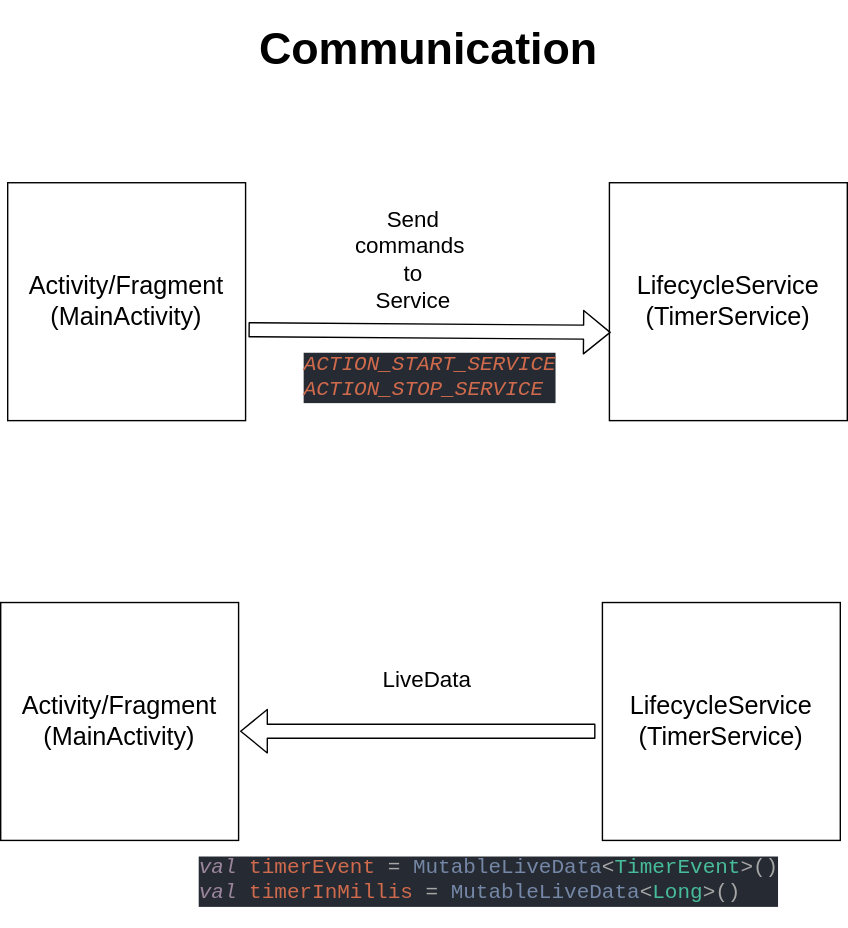
The draw.io diagram demo/communication-flow-diagram.svg in sriharsha1507/lifecycle_service_demo_yt, before a commit. Source tidied: cells renumbered, new cells last; positions are measured from the earlier drawing's top-left corner, leaving out a move shared by most shapes.
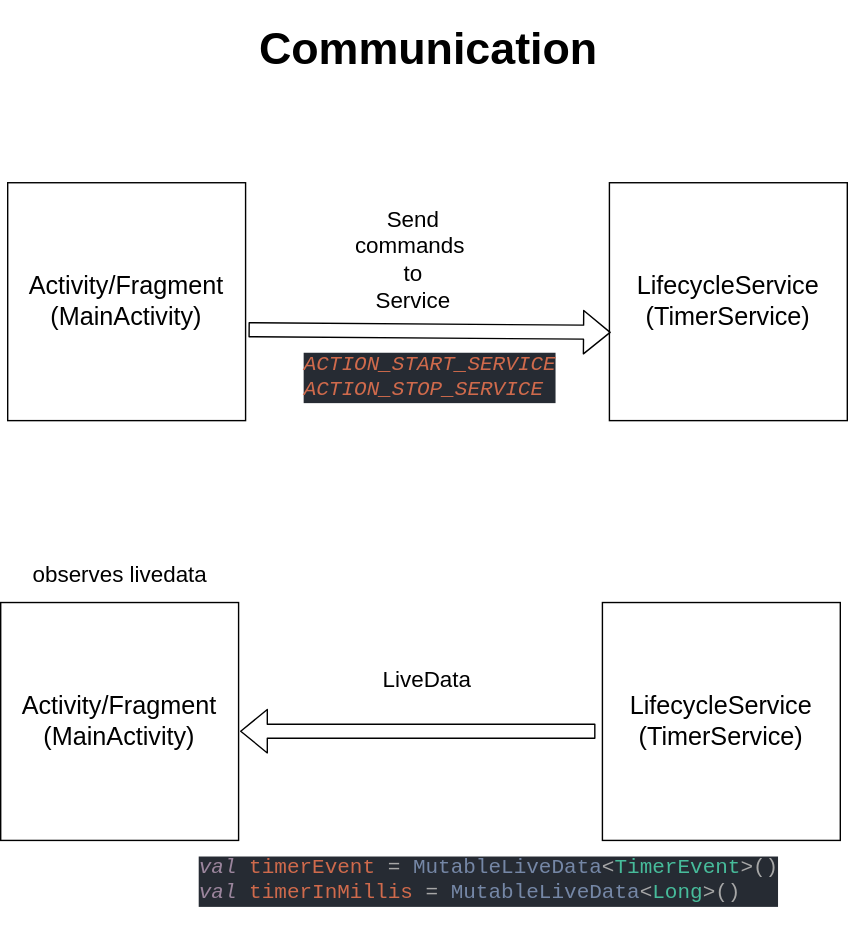
The same diagram one commit later.

What changed in the source:
```diff
@@ -35,5 +35,8 @@
     <mxCell id="12" value="&lt;pre style=&quot;background-color: rgb(38 , 43 , 51) ; color: rgb(211 , 218 , 227) ; font-family: &amp;#34;consolas&amp;#34; , monospace ; font-size: 15px&quot;&gt;&lt;span style=&quot;color: #9b859d ; font-style: italic&quot;&gt;val &lt;/span&gt;&lt;span style=&quot;color: #cf6a4c&quot;&gt;timerEvent &lt;/span&gt;&lt;span style=&quot;color: #a7a7a7&quot;&gt;= &lt;/span&gt;&lt;span style=&quot;color: #7587a6&quot;&gt;MutableLiveData&lt;/span&gt;&lt;span style=&quot;color: #a7a7a7&quot;&gt;&amp;lt;&lt;/span&gt;&lt;span style=&quot;color: #47bc9b&quot;&gt;TimerEvent&lt;/span&gt;&lt;span style=&quot;color: #a7a7a7&quot;&gt;&amp;gt;()&lt;/span&gt;&lt;span style=&quot;color: #a7a7a7&quot;&gt;&lt;br&gt;&lt;/span&gt;&lt;span style=&quot;color: #9b859d ; font-style: italic&quot;&gt;val &lt;/span&gt;&lt;span style=&quot;color: #cf6a4c&quot;&gt;timerInMillis &lt;/span&gt;&lt;span style=&quot;color: #a7a7a7&quot;&gt;= &lt;/span&gt;&lt;span style=&quot;color: #7587a6&quot;&gt;MutableLiveData&lt;/span&gt;&lt;span style=&quot;color: #a7a7a7&quot;&gt;&amp;lt;&lt;/span&gt;&lt;span style=&quot;color: #47bc9b&quot;&gt;Long&lt;/span&gt;&lt;span style=&quot;color: #a7a7a7&quot;&gt;&amp;gt;()&lt;/span&gt;&lt;/pre&gt;" style="text;whiteSpace=wrap;html=1;" parent="1" vertex="1">
       <mxGeometry x="140" y="580" width="330" height="70" as="geometry" />
     </mxCell>
+    <mxCell id="13" value="&lt;font style=&quot;font-size: 16px&quot;&gt;observes livedata&lt;/font&gt;" style="text;html=1;align=center;verticalAlign=middle;" parent="1" vertex="1">
+      <mxGeometry x="15" y="390" width="140" height="20" as="geometry" />
+    </mxCell>
   </root>
 </mxGraphModel>
```
